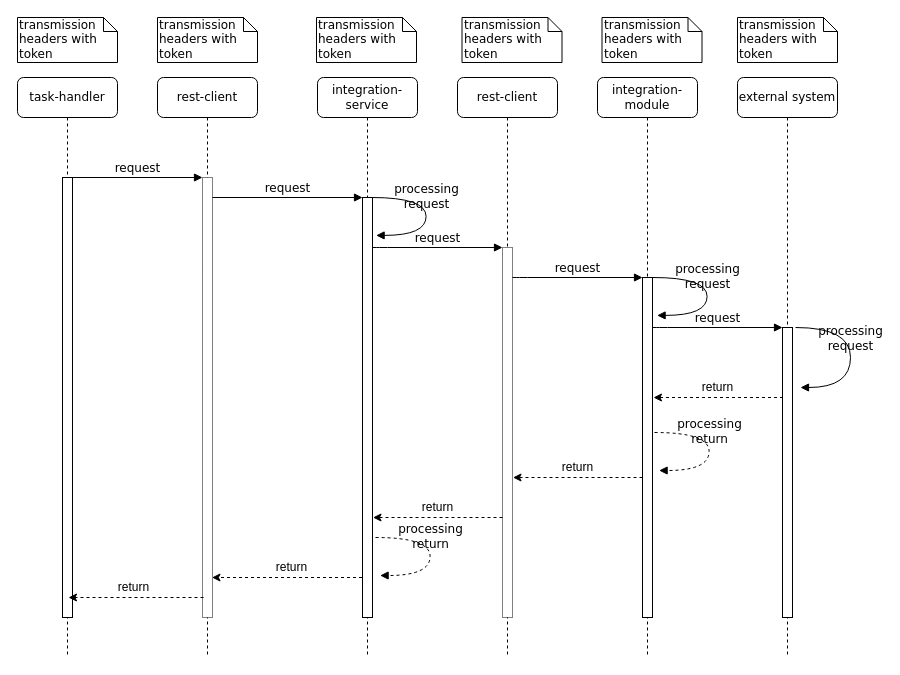
Before: Untitled Diagram.drawio in VladislavK777/draw, a draw.io diagram. Source tidied: cells renumbered, new cells numbered last; positions are measured from the earlier drawing's top-left corner, leaving out a move shared by most shapes. Both pictures are drawn from the tidied source at 100%, with x=0, y=0 at pixel (17, 17).
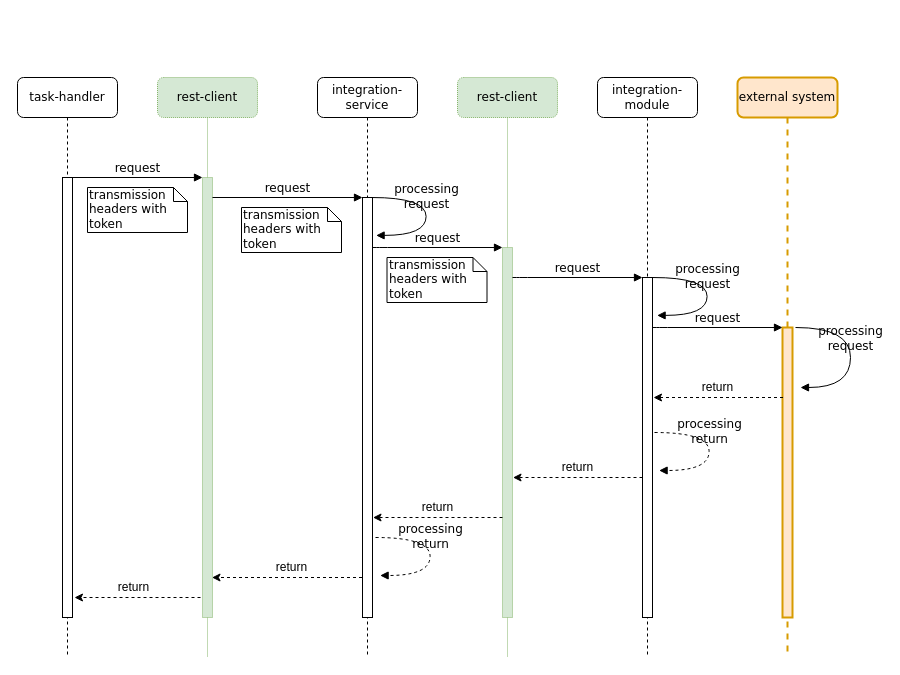
The same page after the edit.

Change to the diagram source:
```diff
@@
-    <mxCell id="2" value="rest-client" style="shape=umlLifeline;perimeter=lifelinePerimeter;whiteSpace=wrap;html=1;rounded=1;shadow=0;comic=0;labelBackgroundColor=none;strokeWidth=1;fontFamily=Verdana;fontSize=12;align=center;" parent="1" vertex="1">
+    <mxCell id="2" value="rest-client" style="shape=umlLifeline;perimeter=lifelinePerimeter;whiteSpace=wrap;html=1;rounded=1;shadow=0;comic=0;labelBackgroundColor=none;strokeWidth=1;fontFamily=Verdana;fontSize=12;align=center;dashed=1;dashPattern=1 1;fillColor=#d5e8d4;strokeColor=#82b366;" parent="1" vertex="1">
       <mxGeometry x="140" y="60" width="100" height="580" as="geometry" />
     </mxCell>
-    <mxCell id="3" style="html=1;points=[];perimeter=orthogonalPerimeter;rounded=0;shadow=0;comic=0;labelBackgroundColor=none;strokeWidth=1;fontFamily=Verdana;fontSize=12;align=center;dashed=1;dashPattern=1 1;" parent="2" vertex="1">
+    <mxCell id="3" style="html=1;points=[];perimeter=orthogonalPerimeter;rounded=0;shadow=0;comic=0;labelBackgroundColor=none;strokeWidth=1;fontFamily=Verdana;fontSize=12;align=center;dashed=1;dashPattern=1 1;fillColor=#d5e8d4;strokeColor=#82b366;" parent="2" vertex="1">
       <mxGeometry x="45" y="100" width="10" height="440" as="geometry" />
     </mxCell>
@@
-    <mxCell id="6" value="rest-client" style="shape=umlLifeline;perimeter=lifelinePerimeter;whiteSpace=wrap;html=1;rounded=1;shadow=0;comic=0;labelBackgroundColor=none;strokeWidth=1;fontFamily=Verdana;fontSize=12;align=center;" parent="1" vertex="1">
+    <mxCell id="6" value="rest-client" style="shape=umlLifeline;perimeter=lifelinePerimeter;whiteSpace=wrap;html=1;rounded=1;shadow=0;comic=0;labelBackgroundColor=none;strokeWidth=1;fontFamily=Verdana;fontSize=12;align=center;dashed=1;dashPattern=1 1;fillColor=#d5e8d4;strokeColor=#82b366;" parent="1" vertex="1">
       <mxGeometry x="440" y="60" width="100" height="580" as="geometry" />
     </mxCell>
@@
-    <mxCell id="8" value="external system" style="shape=umlLifeline;perimeter=lifelinePerimeter;whiteSpace=wrap;html=1;rounded=1;shadow=0;comic=0;labelBackgroundColor=none;strokeWidth=1;fontFamily=Verdana;fontSize=12;align=center;" parent="1" vertex="1">
+    <mxCell id="8" value="external system" style="shape=umlLifeline;perimeter=lifelinePerimeter;whiteSpace=wrap;html=1;rounded=1;shadow=0;comic=0;labelBackgroundColor=none;strokeWidth=2;fontFamily=Verdana;fontSize=12;align=center;fillColor=#ffe6cc;strokeColor=#d79b00;" parent="1" vertex="1">
       <mxGeometry x="720" y="60" width="100" height="580" as="geometry" />
     </mxCell>
-    <mxCell id="9" style="html=1;perimeter=orthogonalPerimeter;rounded=0;shadow=0;comic=0;labelBackgroundColor=none;strokeWidth=1;fontFamily=Verdana;fontSize=12;align=center;" parent="8" vertex="1">
+    <mxCell id="9" style="html=1;perimeter=orthogonalPerimeter;rounded=0;shadow=0;comic=0;labelBackgroundColor=none;strokeWidth=2;fontFamily=Verdana;fontSize=12;align=center;fillColor=#ffe6cc;strokeColor=#d79b00;" parent="8" vertex="1">
       <mxGeometry x="45" y="250" width="10" height="290" as="geometry" />
     </mxCell>
@@
-    <mxCell id="12" style="html=1;perimeter=orthogonalPerimeter;rounded=0;shadow=0;comic=0;labelBackgroundColor=none;strokeWidth=1;fontFamily=Verdana;fontSize=12;align=center;dashed=1;dashPattern=1 1;" parent="1" vertex="1">
+    <mxCell id="12" style="html=1;perimeter=orthogonalPerimeter;rounded=0;shadow=0;comic=0;labelBackgroundColor=none;strokeWidth=1;fontFamily=Verdana;fontSize=12;align=center;dashed=1;dashPattern=1 1;fillColor=#d5e8d4;strokeColor=#82b366;" parent="1" vertex="1">
       <mxGeometry x="485" y="230" width="10" height="370" as="geometry" />
     </mxCell>
@@
     <mxCell id="17" value="transmission headers with token" style="shape=note;whiteSpace=wrap;html=1;size=14;verticalAlign=top;align=left;spacingTop=-6;rounded=0;shadow=0;comic=0;labelBackgroundColor=none;strokeWidth=1;fontFamily=Verdana;fontSize=12;" parent="1" vertex="1">
-      <mxGeometry width="100" height="45" as="geometry" />
+      <mxGeometry x="70" y="170" width="100" height="45" as="geometry" />
     </mxCell>
@@
     <mxCell id="32" style="endArrow=classic;html=1;dashed=1;" parent="1" edge="1">
       <mxGeometry relative="1" as="geometry">
-        <mxPoint x="186" y="580" as="sourcePoint" />
-        <mxPoint x="51" y="580" as="targetPoint" />
+        <mxPoint x="183" y="580" as="sourcePoint" />
+        <mxPoint x="57" y="580" as="targetPoint" />
       </mxGeometry>
     </mxCell>
@@
-    <mxCell id="35" value="transmission headers with token" style="shape=note;whiteSpace=wrap;html=1;size=14;verticalAlign=top;align=left;spacingTop=-6;rounded=0;shadow=0;comic=0;labelBackgroundColor=none;strokeWidth=1;fontFamily=Verdana;fontSize=12;" parent="1" vertex="1">
-      <mxGeometry x="140" width="100" height="45" as="geometry" />
-    </mxCell>
-    <mxCell id="36" value="transmission headers with token" style="shape=note;whiteSpace=wrap;html=1;size=14;verticalAlign=top;align=left;spacingTop=-6;rounded=0;shadow=0;comic=0;labelBackgroundColor=none;strokeWidth=1;fontFamily=Verdana;fontSize=12;" parent="1" vertex="1">
-      <mxGeometry x="299" width="100" height="45" as="geometry" />
-    </mxCell>
-    <mxCell id="37" value="transmission headers with token" style="shape=note;whiteSpace=wrap;html=1;size=14;verticalAlign=top;align=left;spacingTop=-6;rounded=0;shadow=0;comic=0;labelBackgroundColor=none;strokeWidth=1;fontFamily=Verdana;fontSize=12;" parent="1" vertex="1">
-      <mxGeometry x="444.5" width="100" height="45" as="geometry" />
-    </mxCell>
     <mxCell id="38" value="transmission headers with token" style="shape=note;whiteSpace=wrap;html=1;size=14;verticalAlign=top;align=left;spacingTop=-6;rounded=0;shadow=0;comic=0;labelBackgroundColor=none;strokeWidth=1;fontFamily=Verdana;fontSize=12;" parent="1" vertex="1">
-      <mxGeometry x="584.5" width="100" height="45" as="geometry" />
+      <mxGeometry x="224" y="190" width="100" height="45" as="geometry" />
     </mxCell>
     <mxCell id="39" value="transmission headers with token" style="shape=note;whiteSpace=wrap;html=1;size=14;verticalAlign=top;align=left;spacingTop=-6;rounded=0;shadow=0;comic=0;labelBackgroundColor=none;strokeWidth=1;fontFamily=Verdana;fontSize=12;" parent="1" vertex="1">
-      <mxGeometry x="720" width="100" height="45" as="geometry" />
+      <mxGeometry x="369.5" y="240" width="100" height="45" as="geometry" />
     </mxCell>
```
